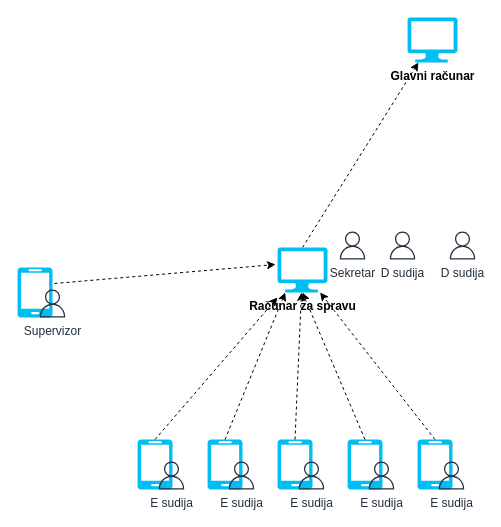
This is Documentation/ApparatusJudgeOrganization.drawio from stojanovic00/GCOptimizer, a draw.io file, before an edit. Source tidied: cells renumbered, new cells numbered last; positions are measured from the earlier drawing's top-left corner, leaving out a move shared by most shapes. Both pictures are drawn from the tidied source at 100%, with x=0, y=0 at pixel (17, 17).
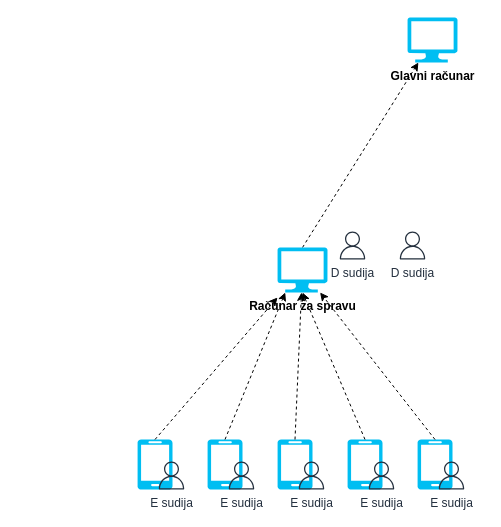
Above is the later version.

Unchanged cells that the change refers to:
```xml
<mxCell id="4" value="&lt;b&gt;Računar za spravu&lt;/b&gt;" style="verticalLabelPosition=bottom;html=1;verticalAlign=top;align=center;strokeColor=none;fillColor=#00BEF2;shape=mxgraph.azure.computer;" parent="1" vertex="1">
  <mxGeometry x="260" y="230" width="50" height="45" as="geometry" />
</mxCell>
```

The edit, as a diff of the source:
```diff
@@
     <mxCell id="5" value="D sudija" style="sketch=0;fontColor=#232F3E;gradientColor=none;fillColor=#232F3D;strokeColor=none;dashed=0;verticalLabelPosition=bottom;verticalAlign=top;align=center;html=1;fontSize=12;fontStyle=0;shape=mxgraph.aws4.user;" parent="1" vertex="1">
-      <mxGeometry x="431" y="214" width="28" height="28" as="geometry" />
+      <mxGeometry x="381" y="214" width="28" height="28" as="geometry" />
     </mxCell>
-    <mxCell id="6" value="Sekretar" style="sketch=0;fontColor=#232F3E;gradientColor=none;fillColor=#232F3D;strokeColor=none;dashed=0;verticalLabelPosition=bottom;verticalAlign=top;align=center;html=1;fontSize=12;fontStyle=0;shape=mxgraph.aws4.user;" parent="1" vertex="1">
-      <mxGeometry x="321" y="214" width="28" height="28" as="geometry" />
-    </mxCell>
-    <mxCell id="7" style="group;" parent="1" vertex="1">
-      <mxGeometry y="250" width="49" height="50" as="geometry" />
-    </mxCell>
-    <mxCell id="8" style="verticalLabelPosition=bottom;html=1;verticalAlign=top;align=center;strokeColor=none;fillColor=#00BEF2;shape=mxgraph.azure.mobile;" parent="7" vertex="1">
-      <mxGeometry width="35" height="50" as="geometry" />
-    </mxCell>
-    <mxCell id="9" value="Supervizor" style="sketch=0;fontColor=#232F3E;gradientColor=none;fillColor=#232F3D;strokeColor=none;dashed=0;verticalLabelPosition=bottom;verticalAlign=top;align=center;html=1;fontSize=12;fontStyle=0;shape=mxgraph.aws4.user;" parent="7" vertex="1">
-      <mxGeometry x="21" y="22" width="28" height="28" as="geometry" />
-    </mxCell>
@@
     <mxCell id="25" value="D sudija" style="sketch=0;fontColor=#232F3E;gradientColor=none;fillColor=#232F3D;strokeColor=none;dashed=0;verticalLabelPosition=bottom;verticalAlign=top;align=center;html=1;fontSize=12;fontStyle=0;shape=mxgraph.aws4.user;" parent="1" vertex="1">
-      <mxGeometry x="371" y="214" width="28" height="28" as="geometry" />
+      <mxGeometry x="321" y="214" width="28" height="28" as="geometry" />
     </mxCell>
@@
-    <mxCell id="31" style="edgeStyle=none;rounded=0;jettySize=auto;html=1;exitX=1.057;exitY=0.32;exitDx=0;exitDy=0;exitPerimeter=0;entryX=-0.04;entryY=0.378;entryDx=0;entryDy=0;entryPerimeter=0;dashed=1;" parent="1" edge="1" source="8" target="4">
-      <mxGeometry relative="1" as="geometry" />
-    </mxCell>
```
